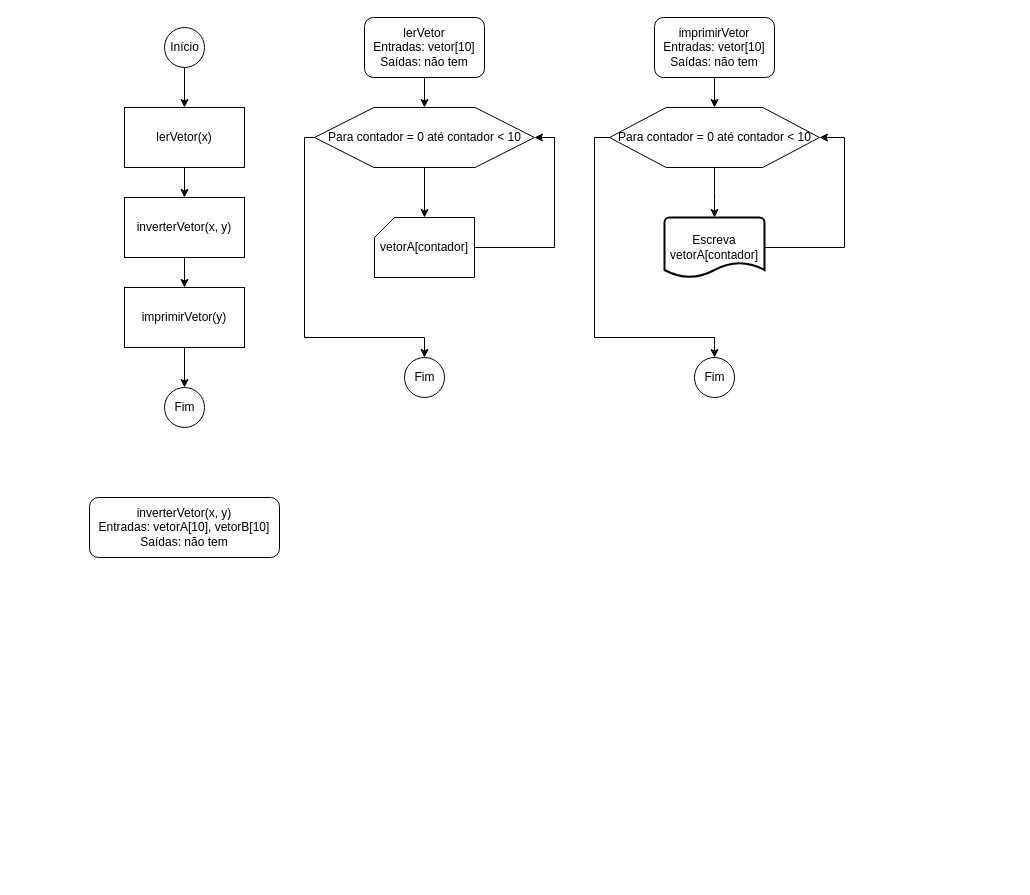
Above: semestre01/LOG1/Listas/Lista4-Vetores/Diagramas/ex6.drawio in Marchinner/Faculdade (draw.io), before the change. Source tidied: cells renumbered, new cells numbered last; positions are measured from the earlier drawing's top-left corner, leaving out a move shared by most shapes. Both pictures are drawn from the tidied source at 100%, with x=0, y=0 at pixel (89, 17).
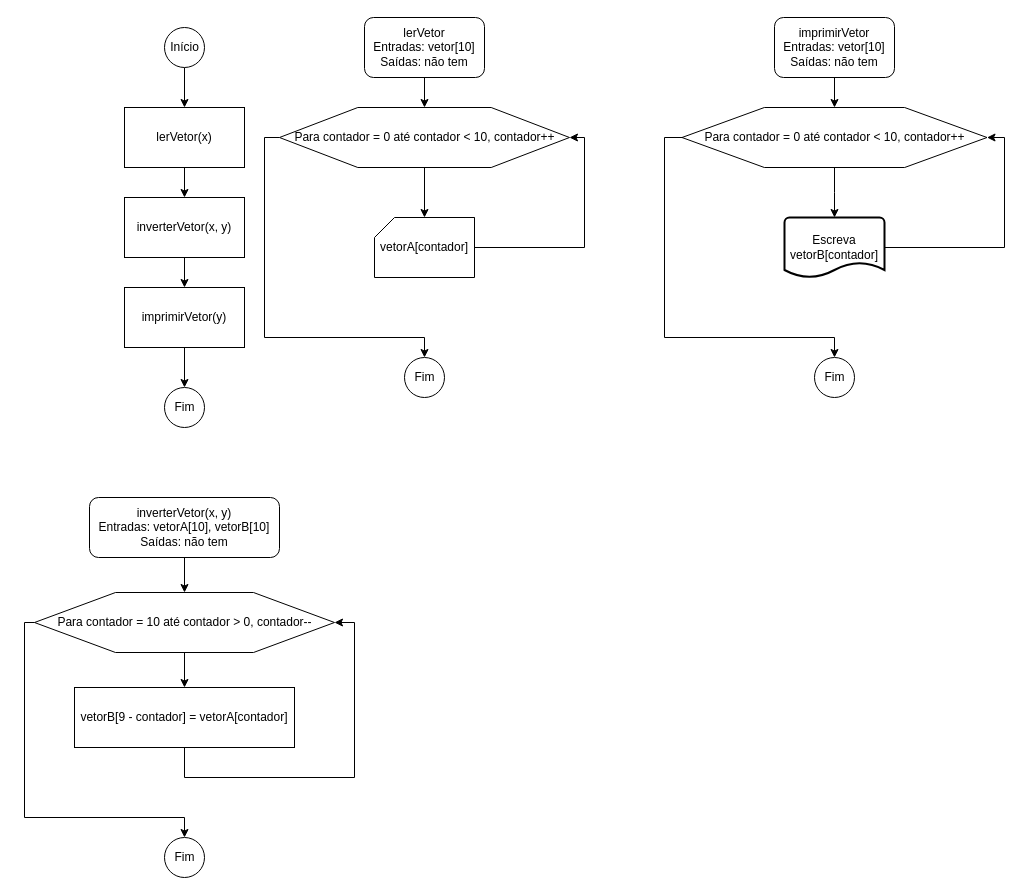
The same page after the edit.

The change refers to these unchanged cells:
```xml
<mxCell id="8" value="Fim" style="verticalLabelPosition=middle;verticalAlign=middle;html=1;shape=mxgraph.flowchart.on-page_reference;labelPosition=center;align=center;" parent="1" vertex="1">
  <mxGeometry x="315" y="340" width="40" height="40" as="geometry" />
</mxCell>
<mxCell id="27" value="inverterVetor(x, y)&lt;br&gt;Entradas: vetorA[10], vetorB[10]&lt;br&gt;Saídas: não tem" style="rounded=1;whiteSpace=wrap;html=1;" parent="1" vertex="1">
  <mxGeometry y="480" width="190" height="60" as="geometry" />
</mxCell>
```

The edit, as a diff of the source:
```diff
@@
     <mxCell id="5" style="edgeStyle=orthogonalEdgeStyle;rounded=0;jettySize=auto;html=1;entryX=0.5;entryY=0;entryDx=0;entryDy=0;entryPerimeter=0;" parent="1" edge="1" source="6" target="8">
       <mxGeometry relative="1" as="geometry">
         <Array as="points">
-          <mxPoint x="215" y="120" />
-          <mxPoint x="215" y="320" />
+          <mxPoint x="175" y="120" />
+          <mxPoint x="175" y="320" />
           <mxPoint x="335" y="320" />
         </Array>
       </mxGeometry>
     </mxCell>
-    <mxCell id="6" value="Para contador = 0 até contador &amp;lt; 10" style="verticalLabelPosition=middle;verticalAlign=middle;html=1;shape=hexagon;perimeter=hexagonPerimeter2;arcSize=6;size=0.27;labelPosition=center;align=center;" parent="1" vertex="1">
-      <mxGeometry x="225" y="90" width="220" height="60" as="geometry" />
+    <mxCell id="6" value="Para contador = 0 até contador &amp;lt; 10, contador++" style="verticalLabelPosition=middle;verticalAlign=middle;html=1;shape=hexagon;perimeter=hexagonPerimeter2;arcSize=6;size=0.27;labelPosition=center;align=center;" parent="1" vertex="1">
+      <mxGeometry x="190" y="90" width="290" height="60" as="geometry" />
     </mxCell>
     <mxCell id="7" style="edgeStyle=orthogonalEdgeStyle;rounded=0;jettySize=auto;html=1;entryX=1;entryY=0.5;entryDx=0;entryDy=0;" parent="1" edge="1" target="6">
       <mxGeometry relative="1" as="geometry">
         <mxPoint x="385" y="200" as="sourcePoint" />
         <Array as="points">
-          <mxPoint x="385" y="230" />
-          <mxPoint x="465" y="230" />
-          <mxPoint x="465" y="120" />
+          <mxPoint x="335" y="200" />
+          <mxPoint x="335" y="230" />
+          <mxPoint x="495" y="230" />
+          <mxPoint x="495" y="120" />
         </Array>
       </mxGeometry>
     </mxCell>
@@
     <mxCell id="20" value="imprimirVetor&lt;br&gt;Entradas: vetor[10]&lt;br&gt;Saídas: não tem" style="rounded=1;whiteSpace=wrap;html=1;" parent="1" vertex="1">
-      <mxGeometry x="565" width="120" height="60" as="geometry" />
+      <mxGeometry x="685" width="120" height="60" as="geometry" />
     </mxCell>
     <mxCell id="21" style="edgeStyle=orthogonalEdgeStyle;rounded=0;jettySize=auto;html=1;entryX=0.5;entryY=0;entryDx=0;entryDy=0;entryPerimeter=0;" parent="1" edge="1" source="23">
       <mxGeometry relative="1" as="geometry">
-        <mxPoint x="625" y="200" as="targetPoint" />
+        <mxPoint x="745" y="200" as="targetPoint" />
       </mxGeometry>
     </mxCell>
     <mxCell id="22" style="edgeStyle=orthogonalEdgeStyle;rounded=0;jettySize=auto;html=1;entryX=0.5;entryY=0;entryDx=0;entryDy=0;entryPerimeter=0;" parent="1" edge="1" source="23" target="24">
       <mxGeometry relative="1" as="geometry">
         <Array as="points">
-          <mxPoint x="505" y="120" />
-          <mxPoint x="505" y="320" />
-          <mxPoint x="625" y="320" />
+          <mxPoint x="575" y="120" />
+          <mxPoint x="575" y="320" />
+          <mxPoint x="745" y="320" />
         </Array>
       </mxGeometry>
     </mxCell>
-    <mxCell id="23" value="Para contador = 0 até contador &amp;lt; 10" style="verticalLabelPosition=middle;verticalAlign=middle;html=1;shape=hexagon;perimeter=hexagonPerimeter2;arcSize=6;size=0.27;labelPosition=center;align=center;" parent="1" vertex="1">
-      <mxGeometry x="520" y="90" width="210" height="60" as="geometry" />
+    <mxCell id="23" value="Para contador = 0 até contador &amp;lt; 10, contador++" style="verticalLabelPosition=middle;verticalAlign=middle;html=1;shape=hexagon;perimeter=hexagonPerimeter2;arcSize=6;size=0.27;labelPosition=center;align=center;" parent="1" vertex="1">
+      <mxGeometry x="592.5" y="90" width="305" height="60" as="geometry" />
     </mxCell>
     <mxCell id="24" value="Fim" style="verticalLabelPosition=middle;verticalAlign=middle;html=1;shape=mxgraph.flowchart.on-page_reference;labelPosition=center;align=center;" parent="1" vertex="1">
-      <mxGeometry x="605" y="340" width="40" height="40" as="geometry" />
+      <mxGeometry x="725" y="340" width="40" height="40" as="geometry" />
     </mxCell>
     <mxCell id="25" style="edgeStyle=orthogonalEdgeStyle;rounded=0;jettySize=auto;html=1;entryX=1;entryY=0.5;entryDx=0;entryDy=0;" parent="1" edge="1" source="26" target="23">
       <mxGeometry relative="1" as="geometry">
         <Array as="points">
-          <mxPoint x="755" y="230" />
-          <mxPoint x="755" y="120" />
+          <mxPoint x="915" y="230" />
+          <mxPoint x="915" y="120" />
         </Array>
       </mxGeometry>
     </mxCell>
-    <mxCell id="26" value="&lt;span style=&quot;&quot;&gt;Escreva vetorA[contador]&lt;/span&gt;" style="strokeWidth=2;html=1;shape=mxgraph.flowchart.document2;whiteSpace=wrap;size=0.25;" parent="1" vertex="1">
-      <mxGeometry x="575" y="200" width="100" height="60" as="geometry" />
+    <mxCell id="26" value="&lt;span style=&quot;&quot;&gt;Escreva vetorB[contador]&lt;/span&gt;" style="strokeWidth=2;html=1;shape=mxgraph.flowchart.document2;whiteSpace=wrap;size=0.25;" parent="1" vertex="1">
+      <mxGeometry x="695" y="200" width="100" height="60" as="geometry" />
     </mxCell>
+    <mxCell id="28" style="edgeStyle=orthogonalEdgeStyle;rounded=0;jettySize=auto;html=1;" parent="1" edge="1" source="27" target="31">
+      <mxGeometry relative="1" as="geometry" />
+    </mxCell>
@@
+    <mxCell id="29" style="edgeStyle=orthogonalEdgeStyle;rounded=0;jettySize=auto;html=1;" parent="1" edge="1" source="31" target="33">
+      <mxGeometry relative="1" as="geometry" />
+    </mxCell>
+    <mxCell id="30" style="edgeStyle=orthogonalEdgeStyle;rounded=0;jettySize=auto;html=1;entryX=0.5;entryY=0;entryDx=0;entryDy=0;entryPerimeter=0;" parent="1" edge="1" source="31" target="34">
+      <mxGeometry relative="1" as="geometry">
+        <Array as="points">
+          <mxPoint x="-65" y="605" />
+          <mxPoint x="-65" y="800" />
+          <mxPoint x="95" y="800" />
+        </Array>
+      </mxGeometry>
+    </mxCell>
+    <mxCell id="31" value="Para contador = 10 até contador &amp;gt; 0, contador--" style="verticalLabelPosition=middle;verticalAlign=middle;html=1;shape=hexagon;perimeter=hexagonPerimeter2;arcSize=6;size=0.27;labelPosition=center;align=center;" parent="1" vertex="1">
+      <mxGeometry x="-55" y="575" width="300" height="60" as="geometry" />
+    </mxCell>
+    <mxCell id="32" style="edgeStyle=orthogonalEdgeStyle;rounded=0;jettySize=auto;html=1;entryX=1;entryY=0.5;entryDx=0;entryDy=0;" parent="1" edge="1" source="33" target="31">
+      <mxGeometry relative="1" as="geometry">
+        <Array as="points">
+          <mxPoint x="95" y="760" />
+          <mxPoint x="265" y="760" />
+          <mxPoint x="265" y="605" />
+        </Array>
+      </mxGeometry>
+    </mxCell>
+    <mxCell id="33" value="vetorB[9 - contador] = vetorA[contador]" style="rounded=0;whiteSpace=wrap;html=1;" parent="1" vertex="1">
+      <mxGeometry x="-15" y="670" width="220" height="60" as="geometry" />
+    </mxCell>
+    <mxCell id="34" value="Fim" style="verticalLabelPosition=middle;verticalAlign=middle;html=1;shape=mxgraph.flowchart.on-page_reference;labelPosition=center;align=center;" parent="1" vertex="1">
+      <mxGeometry x="75" y="820" width="40" height="40" as="geometry" />
+    </mxCell>
```
